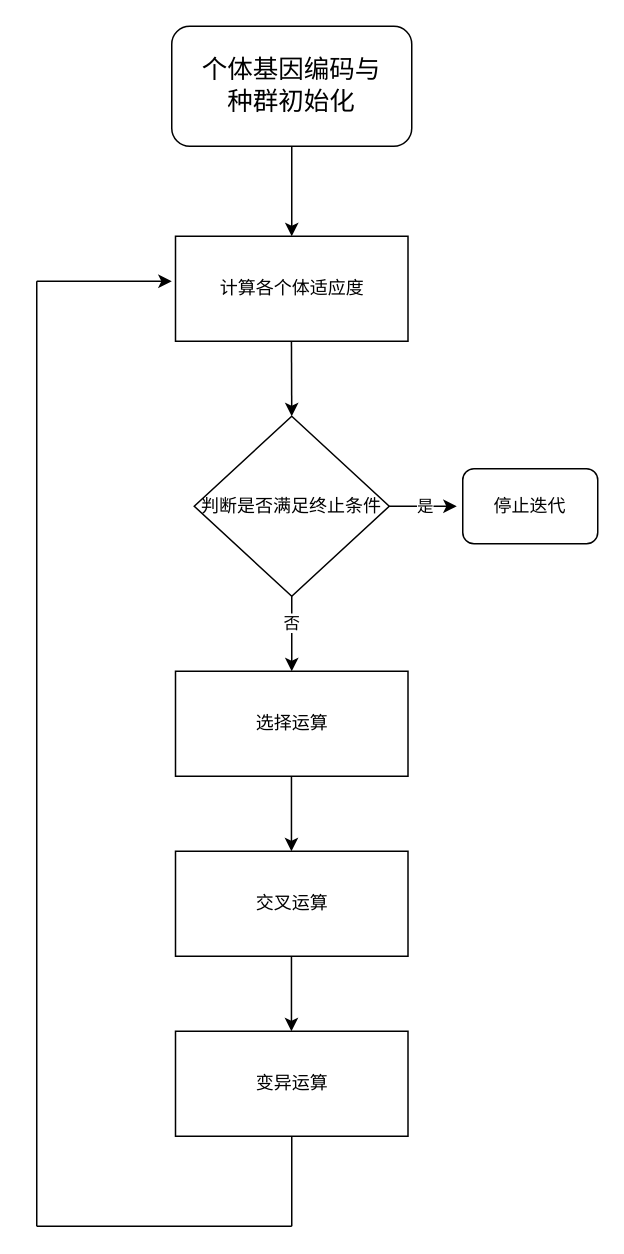
Earlier version of the draw.io diagram MyGA.drawio (DCLe-DA/Learning-DL-by-Hand). Source tidied: cells renumbered, new cells numbered last; positions are measured from the earlier drawing's top-left corner, leaving out a move shared by most shapes. Both pictures are drawn from the tidied source at 150%, with x=0, y=0 at pixel (36, 26).
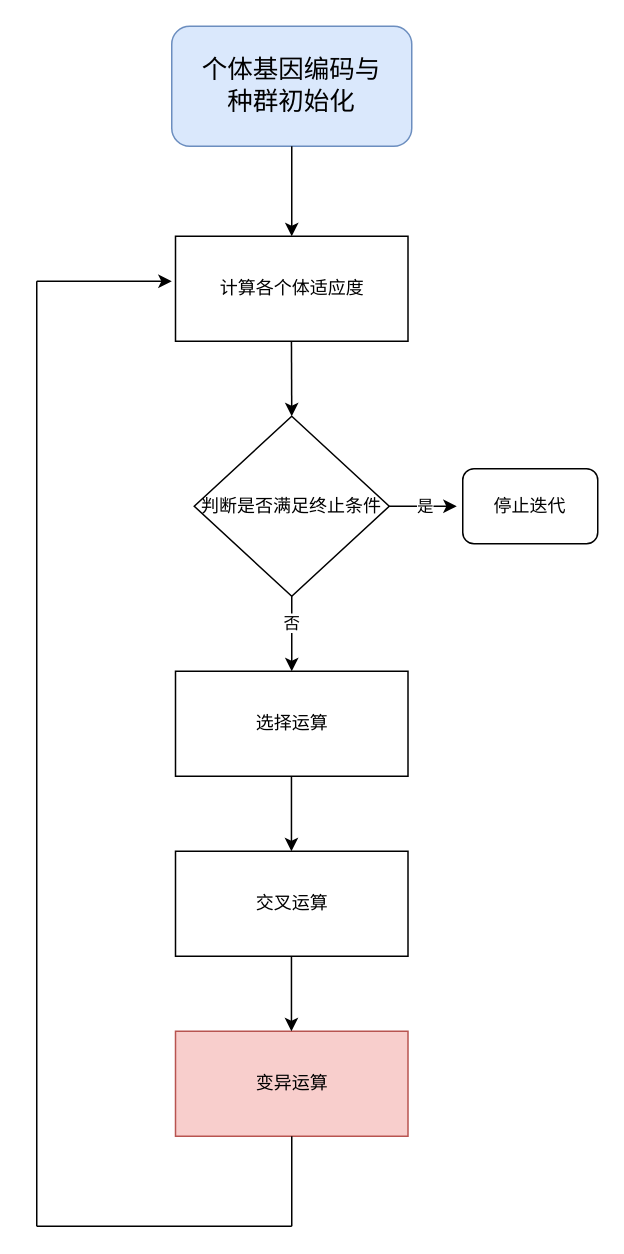
The same diagram, later.

Diff of the diagram source:
```diff
@@
-    <mxCell id="2" value="&lt;font style=&quot;font-size: 17px;&quot;&gt;个体基因编码与&lt;br&gt;种群初始化&lt;/font&gt;" style="rounded=1;whiteSpace=wrap;html=1;" parent="1" vertex="1">
+    <mxCell id="2" value="&lt;font style=&quot;font-size: 17px;&quot;&gt;个体基因编码与&lt;br&gt;种群初始化&lt;/font&gt;" style="rounded=1;whiteSpace=wrap;html=1;fillColor=#dae8fc;strokeColor=#6c8ebf;" parent="1" vertex="1">
       <mxGeometry x="90" width="160" height="80" as="geometry" />
     </mxCell>
@@
-    <mxCell id="14" value="变异运算" style="rounded=0;whiteSpace=wrap;html=1;" parent="1" vertex="1">
+    <mxCell id="14" value="变异运算" style="rounded=0;whiteSpace=wrap;html=1;fillColor=#f8cecc;strokeColor=#b85450;" parent="1" vertex="1">
       <mxGeometry x="92.5" y="670" width="155" height="70" as="geometry" />
     </mxCell>
```
